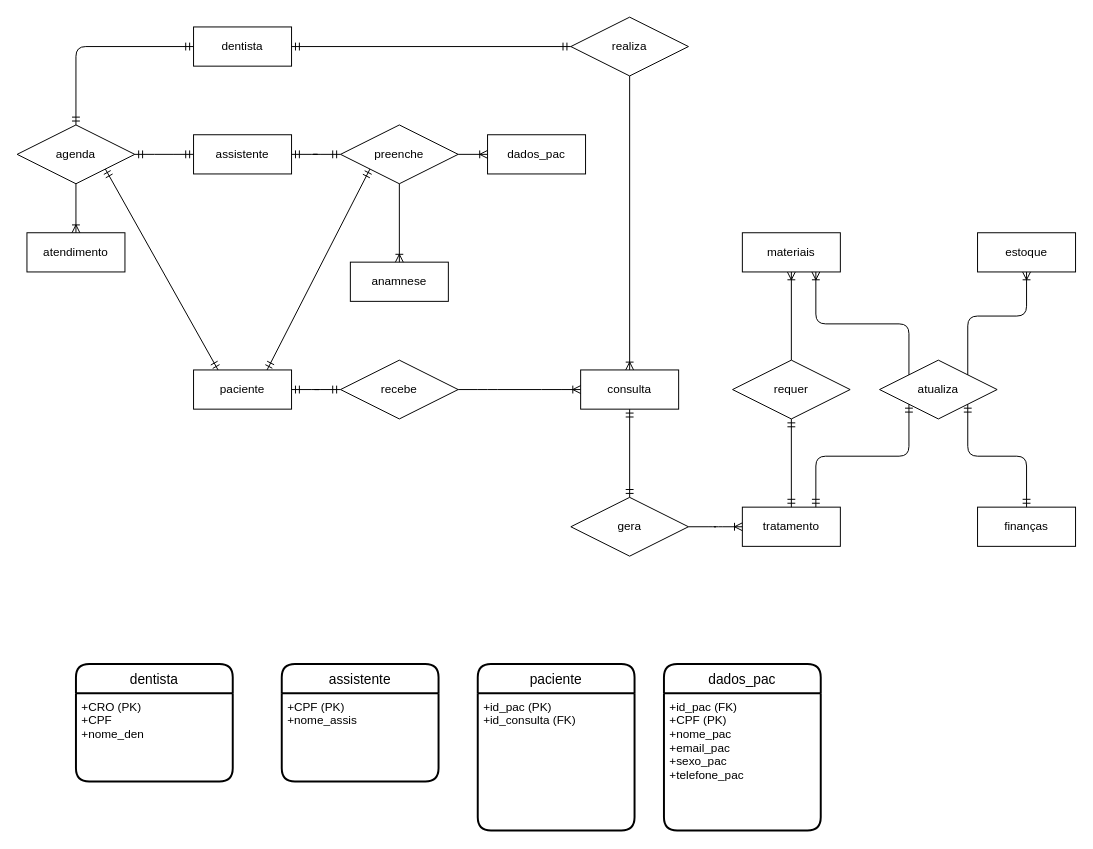
fabiollg/Diagrama-ER-Consultorio keeps this draw.io diagram as Diagrama sem nome.drawio. Above is the earlier version. Source tidied: cells renumbered, new cells numbered last; positions are measured from the earlier drawing's top-left corner, leaving out a move shared by most shapes. Both pictures are drawn from the tidied source at 98%, with x=0, y=0 at pixel (17, 17).
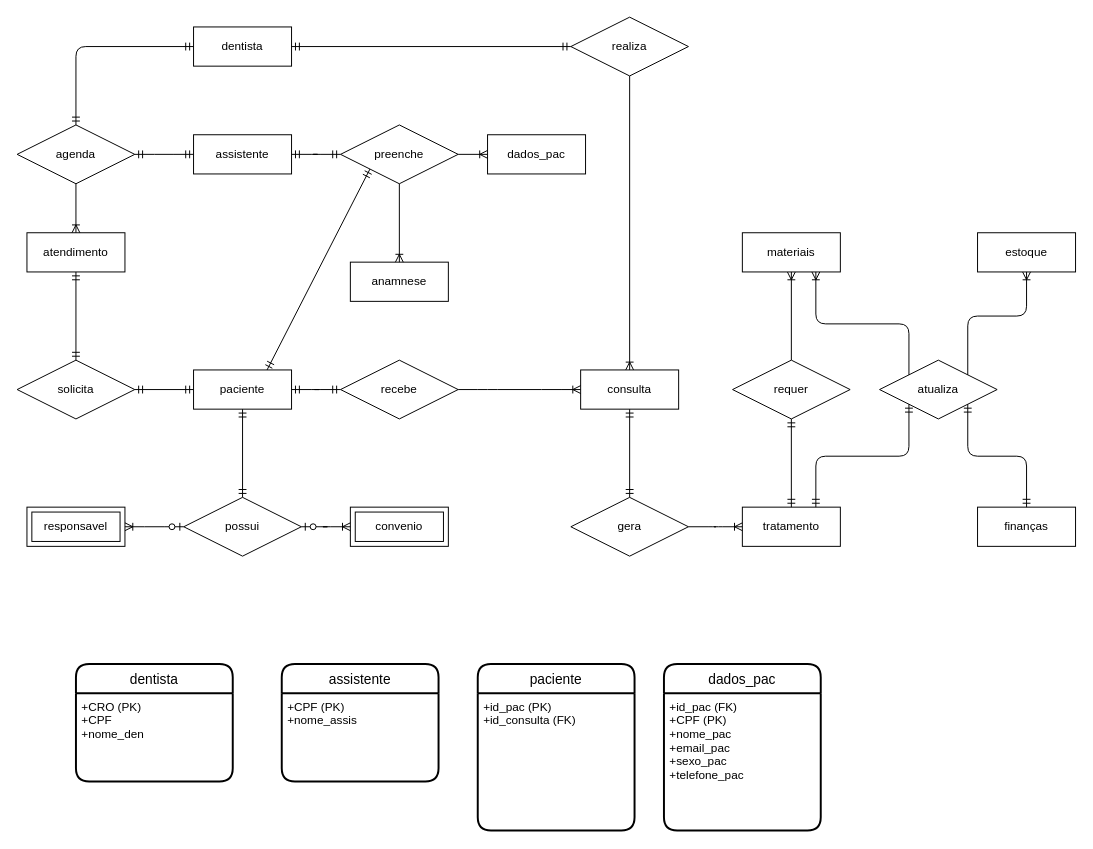
The same diagram, later.

Commit message:
Adicionado relacionamento do paciente com atendimento e com convênio ou responsável

The change refers to these unchanged cells:
```xml
<mxCell id="3" value="paciente" style="whiteSpace=wrap;html=1;align=center;" parent="1" vertex="1">
  <mxGeometry x="180" y="360" width="100" height="40" as="geometry" />
</mxCell>
<mxCell id="28" value="agenda" style="shape=rhombus;perimeter=rhombusPerimeter;whiteSpace=wrap;html=1;align=center;" parent="1" vertex="1">
  <mxGeometry y="110" width="120" height="60" as="geometry" />
</mxCell>
<mxCell id="30" value="atendimento" style="whiteSpace=wrap;html=1;align=center;" parent="1" vertex="1">
  <mxGeometry x="10" y="220" width="100" height="40" as="geometry" />
</mxCell>
```

What changed in the source:
```diff
@@
-    <mxCell id="31" style="fontSize=12;html=1;endArrow=ERmandOne;startArrow=ERmandOne;sketch=0;entryX=1;entryY=1;entryDx=0;entryDy=0;exitX=0.25;exitY=0;exitDx=0;exitDy=0;" parent="1" edge="1" source="3" target="28">
+    <mxCell id="31" style="fontSize=12;html=1;endArrow=ERmandOne;startArrow=ERmandOne;sketch=0;exitX=0;exitY=0.5;exitDx=0;exitDy=0;entryX=1;entryY=0.5;entryDx=0;entryDy=0;" parent="1" edge="1" source="3" target="48">
       <mxGeometry relative="1" as="geometry" />
     </mxCell>
@@
+    <mxCell id="48" value="solicita" style="shape=rhombus;perimeter=rhombusPerimeter;whiteSpace=wrap;html=1;align=center;" parent="1" vertex="1">
+      <mxGeometry y="350" width="120" height="60" as="geometry" />
+    </mxCell>
+    <mxCell id="49" style="fontSize=12;html=1;endArrow=ERmandOne;startArrow=ERmandOne;sketch=0;exitX=0.5;exitY=1;exitDx=0;exitDy=0;entryX=0.5;entryY=0;entryDx=0;entryDy=0;" parent="1" edge="1" source="30" target="48">
+      <mxGeometry relative="1" as="geometry" />
+    </mxCell>
+    <mxCell id="50" value="possui" style="shape=rhombus;perimeter=rhombusPerimeter;whiteSpace=wrap;html=1;align=center;" parent="1" vertex="1">
+      <mxGeometry x="170" y="490" width="120" height="60" as="geometry" />
+    </mxCell>
+    <mxCell id="51" style="fontSize=12;html=1;endArrow=ERmandOne;startArrow=ERmandOne;entryX=0.5;entryY=0;entryDx=0;entryDy=0;exitX=0.5;exitY=1;exitDx=0;exitDy=0;" parent="1" edge="1" source="3" target="50">
+      <mxGeometry relative="1" as="geometry" />
+    </mxCell>
+    <mxCell id="52" value="responsavel" style="shape=ext;margin=3;double=1;whiteSpace=wrap;html=1;align=center;" parent="1" vertex="1">
+      <mxGeometry x="10" y="500" width="100" height="40" as="geometry" />
+    </mxCell>
+    <mxCell id="53" value="convenio" style="shape=ext;margin=3;double=1;whiteSpace=wrap;html=1;align=center;" parent="1" vertex="1">
+      <mxGeometry x="340" y="500" width="100" height="40" as="geometry" />
+    </mxCell>
+    <mxCell id="54" style="edgeStyle=entityRelationEdgeStyle;fontSize=12;html=1;endArrow=ERoneToMany;startArrow=ERzeroToOne;exitX=0;exitY=0.5;exitDx=0;exitDy=0;entryX=1;entryY=0.5;entryDx=0;entryDy=0;" parent="1" edge="1" source="50" target="52">
+      <mxGeometry relative="1" as="geometry" />
+    </mxCell>
+    <mxCell id="55" style="edgeStyle=entityRelationEdgeStyle;fontSize=12;html=1;endArrow=ERoneToMany;startArrow=ERzeroToOne;exitX=1;exitY=0.5;exitDx=0;exitDy=0;entryX=0;entryY=0.5;entryDx=0;entryDy=0;" parent="1" edge="1" source="50" target="53">
+      <mxGeometry relative="1" as="geometry" />
+    </mxCell>
```
